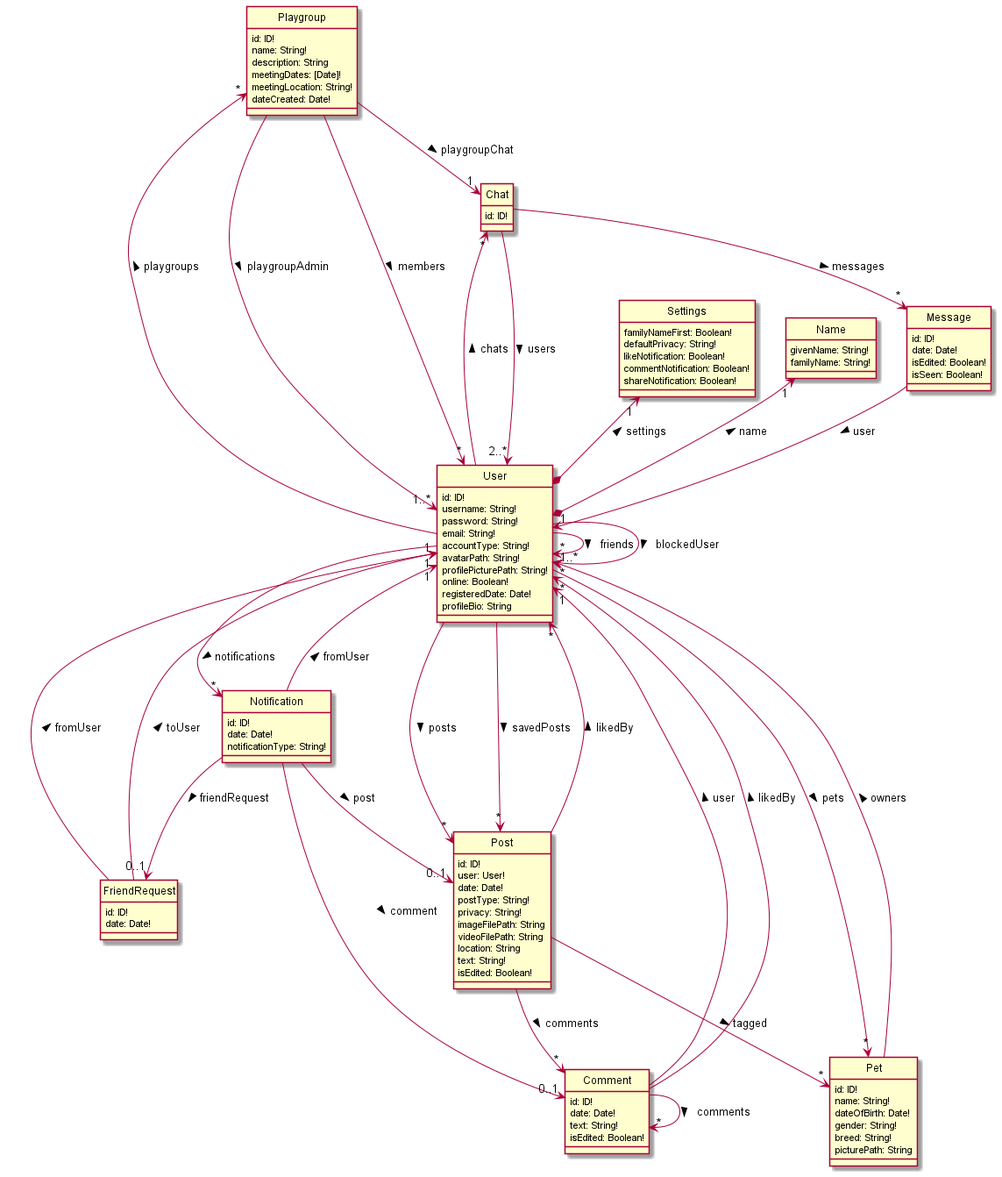
Earlier version of the PlantUML export docs/uml/DataSchemaExplicitConnections.png (bryanwhl/pet-social).
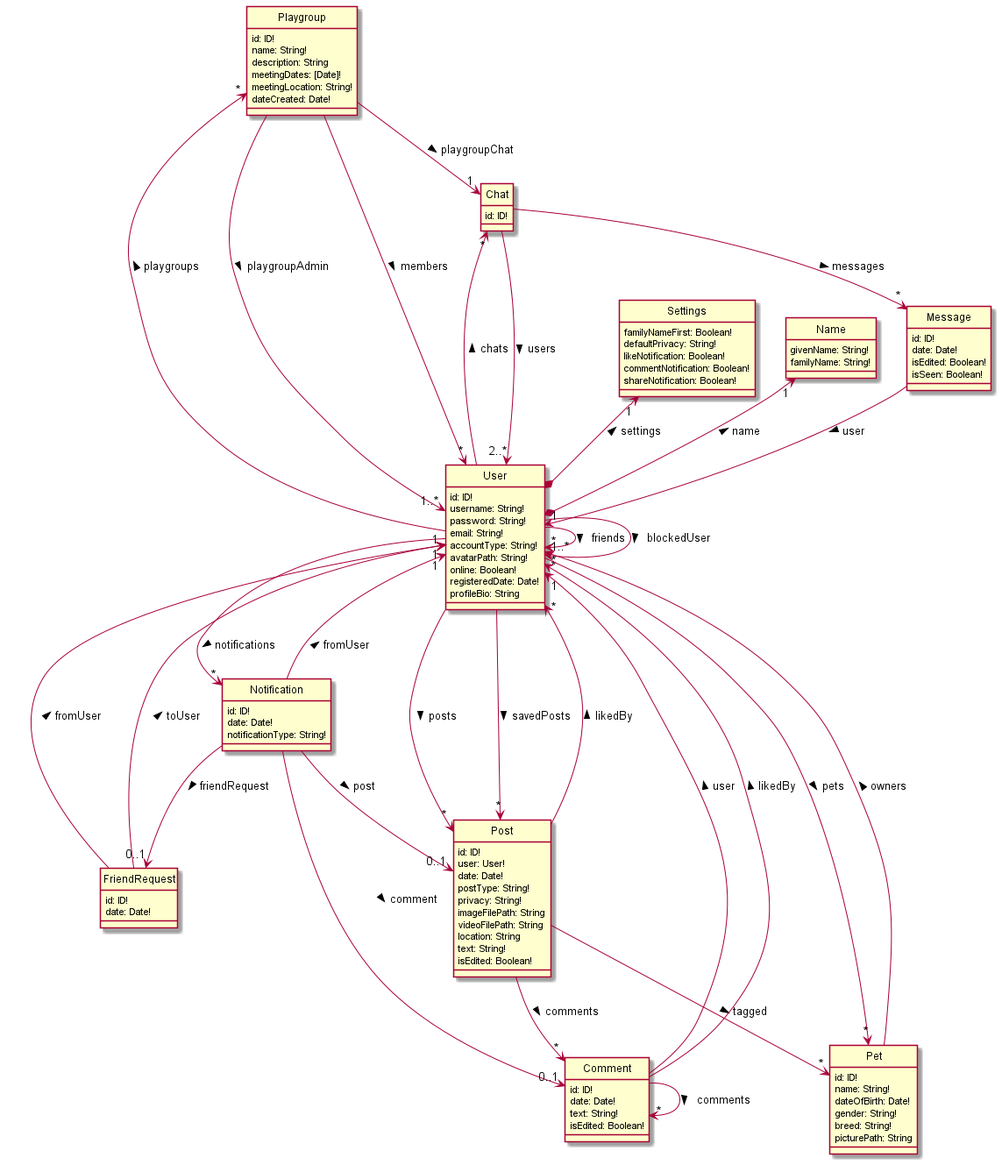
Above is the later version.

Diff of the diagram source:
```diff
@@ -9,7 +9,6 @@
     email: String!
     accountType: String!
     avatarPath: String!
-    profilePicturePath: String!
     online: Boolean!
     registeredDate: Date!
     profileBio: String
```
